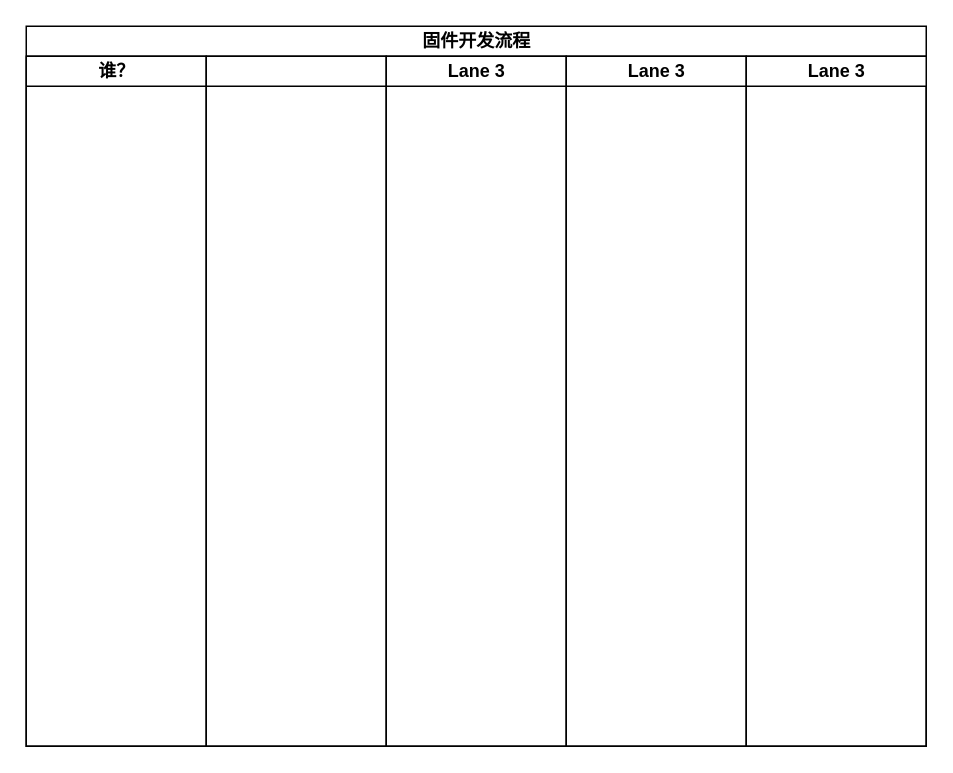
This is 未命名绘图.drawio from xuxu8511/draw.io, a draw.io file, before an edit. Source tidied: cells renumbered, new cells numbered last; positions are measured from the earlier drawing's top-left corner, leaving out a move shared by most shapes. Both pictures are drawn from the tidied source at 150%, with x=0, y=0 at pixel (26, 26).
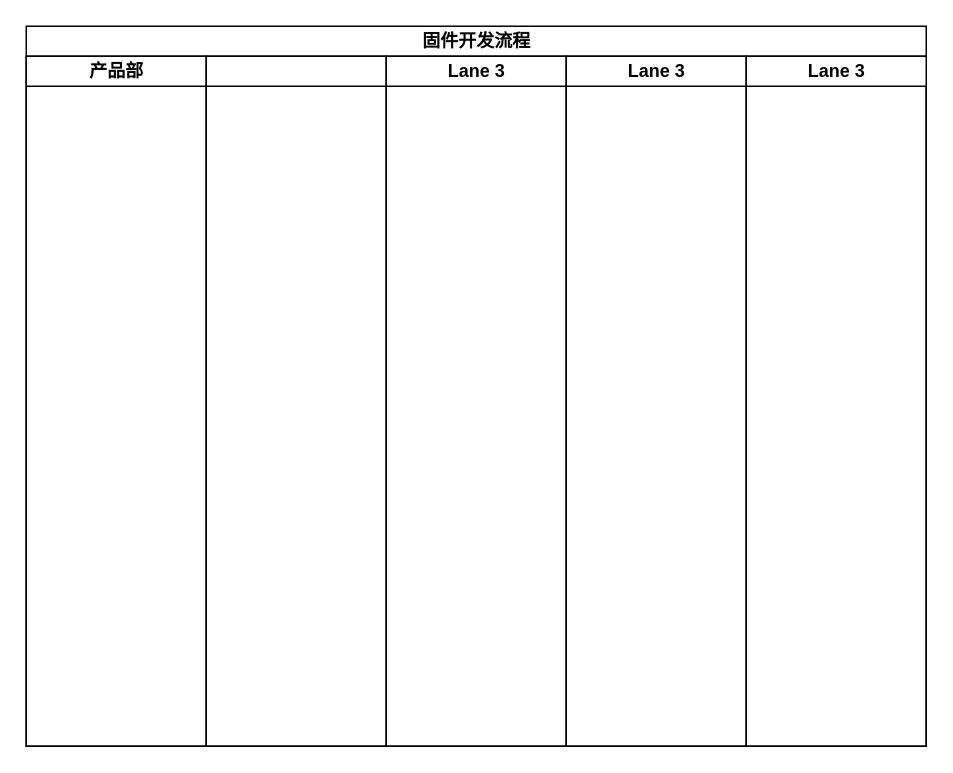
The same page after the edit.

Commit message (it also covers changes not shown here):
固件开发流程.drawio

Change to the diagram source:
```diff
@@
 <mxGraphModel>
   <root>
     <mxCell id="0" />
     <mxCell id="1" parent="0" />
     <mxCell id="2" value="固件开发流程" style="swimlane;startSize=20;html=1;" parent="1" vertex="1">
       <mxGeometry width="600" height="480" as="geometry" />
     </mxCell>
-    <mxCell id="3" value="谁？" style="swimlane;startSize=20;html=1;" parent="2" vertex="1">
+    <mxCell id="3" value="产品部" style="swimlane;startSize=20;html=1;" parent="2" vertex="1">
       <mxGeometry y="20" width="120" height="460" as="geometry" />
     </mxCell>
     <mxCell id="4" style="swimlane;startSize=20;html=1;" parent="2" vertex="1">
       <mxGeometry x="120" y="20" width="120" height="460" as="geometry" />
     </mxCell>
     <mxCell id="5" value="Lane 3" style="swimlane;startSize=20;html=1;" parent="2" vertex="1">
       <mxGeometry x="240" y="20" width="120" height="460" as="geometry" />
     </mxCell>
     <mxCell id="6" value="Lane 3" style="swimlane;startSize=20;html=1;" parent="2" vertex="1">
       <mxGeometry x="360" y="20" width="120" height="460" as="geometry" />
     </mxCell>
     <mxCell id="7" value="Lane 3" style="swimlane;startSize=20;html=1;" parent="2" vertex="1">
       <mxGeometry x="480" y="20" width="120" height="460" as="geometry" />
     </mxCell>
   </root>
 </mxGraphModel>
```
